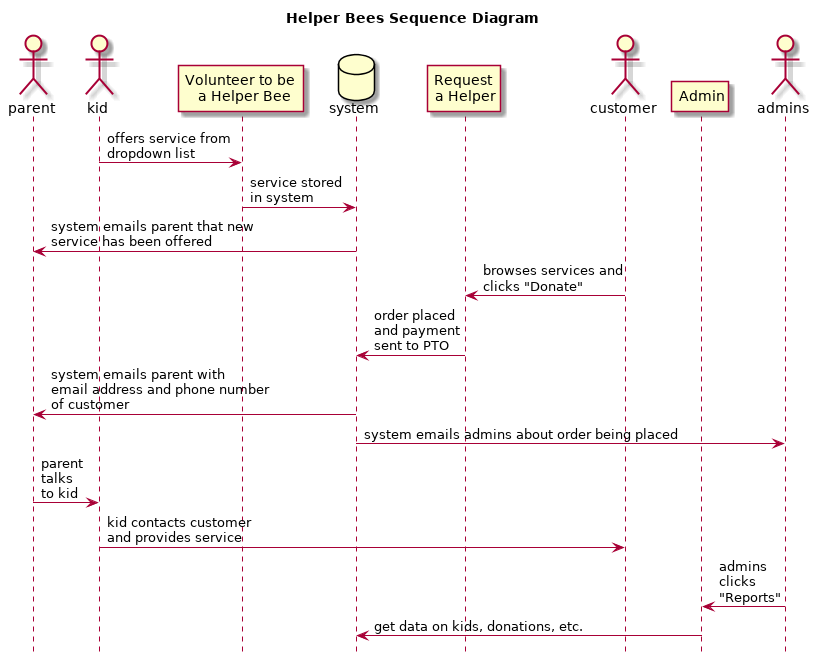
Before: docs/sequence.png, a diagram exported from PlantUML (CoolidgeCornerSchool/helperbees).
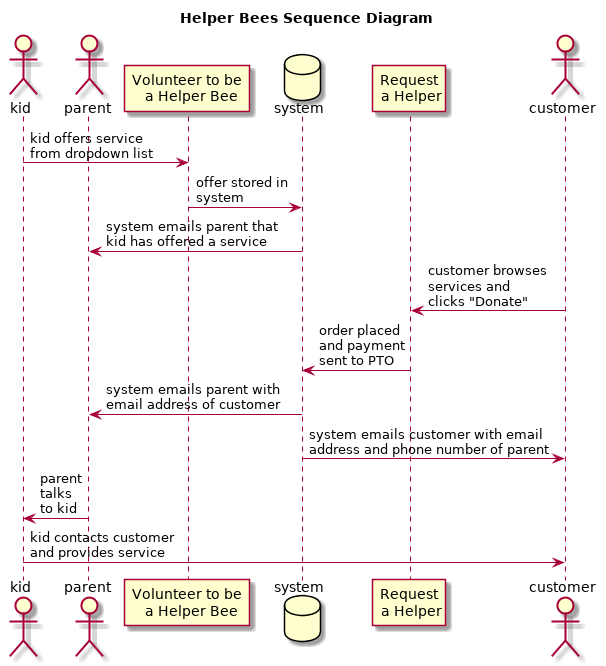
After the commit.

Commit message:
simplify sequence diagram and make more accurate

What changed in the source:
```diff
@@ -1,27 +1,23 @@
 @startuml
 
-hide footbox
 title Helper Bees Sequence Diagram
 
+actor kid
 actor parent
-actor kid
+
 participant "Volunteer to be \n a Helper Bee"
 database system
 participant "Request\na Helper"
-kid -> "Volunteer to be \n a Helper Bee" : offers service from\ndropdown list
-"Volunteer to be \n a Helper Bee" -> system : service stored\nin system
-system -> parent : system emails parent that new\nservice has been offered
+kid -> "Volunteer to be \n a Helper Bee" : kid offers service\nfrom dropdown list
+"Volunteer to be \n a Helper Bee" -> system : offer stored in\nsystem
+system -> parent : system emails parent that\nkid has offered a service
 
 actor customer
-participant "Admin"
-actor admins
-customer -> "Request\na Helper" : browses services and\nclicks "Donate"
+customer -> "Request\na Helper" : customer browses\nservices and\nclicks "Donate"
 "Request\na Helper" -> system : order placed\nand payment\nsent to PTO
-system -> parent : system emails parent with\nemail address and phone number\nof customer
-system -> admins : system emails admins about order being placed
+system -> parent : system emails parent with\nemail address of customer
+system -> customer : system emails customer with email\naddress and phone number of parent
 parent -> kid : parent\ntalks\nto kid
 kid -> customer : kid contacts customer\nand provides service
-admins -> "Admin" : admins\nclicks\n"Reports"
-"Admin" -> system : get data on kids, donations, etc.
 
 @enduml
```
